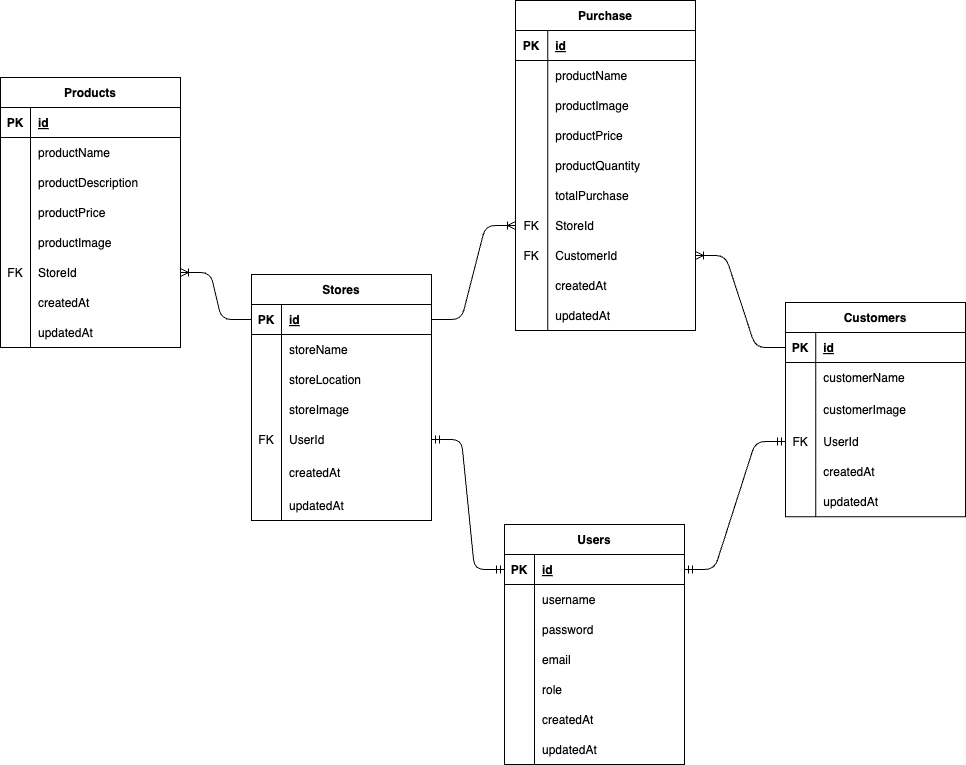
Before: ERD/schema.drawio.png, a diagram exported from draw.io (Oki-B/ListeNow-eCommerce). Source tidied: cells renumbered, new cells last; positions are measured from the earlier drawing's top-left corner, leaving out a move shared by most shapes.
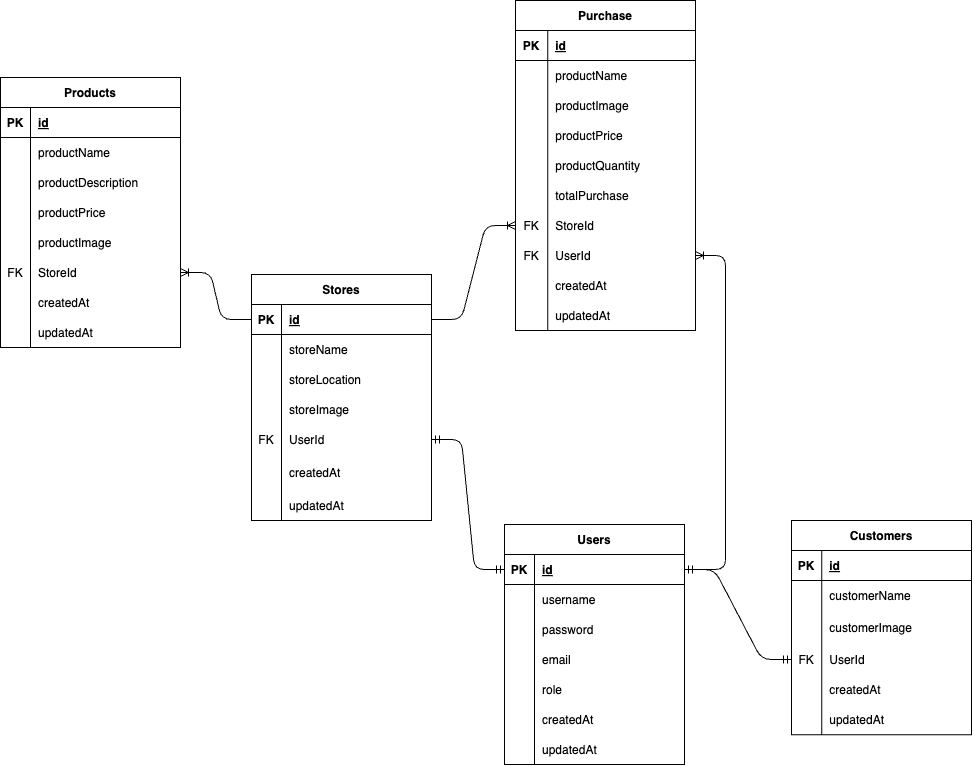
The same diagram one commit later.

What changed in the source:
```diff
@@ -3,7 +3,7 @@
     <mxCell id="0" />
     <mxCell id="1" parent="0" />
     <mxCell id="2" value="Customers" style="shape=table;startSize=30;rowLines=0;fontStyle=1;align=center;" parent="1" vertex="1">
-      <mxGeometry x="785" y="302" width="180" height="214.2" as="geometry" />
+      <mxGeometry x="791" y="520" width="180" height="214.2" as="geometry" />
     </mxCell>
     <mxCell id="3" style="shape=tableRow;horizontal=0;startSize=0;swimlaneHead=0;swimlaneBody=0;fillColor=none;points=[[0,0.5],[1,0.5]];portConstraint=eastwest;top=0;left=0;right=0;bottom=1;" parent="2" vertex="1">
       <mxGeometry y="30" width="180" height="30" as="geometry" />
@@ -338,7 +338,7 @@
     <mxCell id="113" value="FK" style="shape=partialRectangle;fillColor=none;top=0;left=0;bottom=0;right=0;overflow=hidden;" parent="112" vertex="1">
       <mxGeometry width="32.2" height="30" as="geometry" />
     </mxCell>
-    <mxCell id="114" value="CustomerId" style="shape=partialRectangle;fillColor=none;top=0;left=0;bottom=0;right=0;align=left;spacingLeft=6;overflow=hidden;" parent="112" vertex="1">
+    <mxCell id="114" value="UserId" style="shape=partialRectangle;fillColor=none;top=0;left=0;bottom=0;right=0;align=left;spacingLeft=6;overflow=hidden;" parent="112" vertex="1">
       <mxGeometry x="32.2" width="147.8" height="30" as="geometry" />
     </mxCell>
     <mxCell id="115" style="shape=tableRow;horizontal=0;startSize=0;swimlaneHead=0;swimlaneBody=0;fillColor=none;top=0;left=0;right=0;bottom=0;" parent="90" vertex="1">
@@ -359,7 +359,7 @@
     <mxCell id="120" value="updatedAt" style="shape=partialRectangle;fillColor=none;top=0;left=0;bottom=0;right=0;align=left;spacingLeft=6;overflow=hidden;" parent="118" vertex="1">
       <mxGeometry x="32.2" width="147.8" height="30" as="geometry" />
     </mxCell>
-    <mxCell id="121" style="edgeStyle=entityRelationEdgeStyle;fontSize=12;html=1;endArrow=ERoneToMany;exitX=0;exitY=0.5;exitDx=0;exitDy=0;" parent="1" edge="1" source="3" target="112">
+    <mxCell id="121" style="edgeStyle=entityRelationEdgeStyle;fontSize=12;html=1;endArrow=ERoneToMany;exitX=1;exitY=0.5;exitDx=0;exitDy=0;" parent="1" edge="1" source="69" target="112">
       <mxGeometry relative="1" as="geometry" />
     </mxCell>
     <mxCell id="122" style="edgeStyle=entityRelationEdgeStyle;fontSize=12;html=1;endArrow=ERoneToMany;entryX=0;entryY=0.5;entryDx=0;entryDy=0;exitX=1;exitY=0.5;exitDx=0;exitDy=0;" parent="1" edge="1" source="47" target="109">
```
